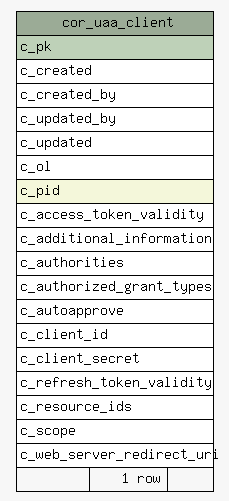
Above: 2.0.0-SNAPSHOT/schemaspy/diagrams/summary/cor_uaa_client.1degree.png in openwms/org.openwms.core.uaa (Graphviz), before the change. Its source is kept beside it as 2.0.0-SNAPSHOT/schemaspy/diagrams/summary/cor_uaa_client.1degree.dot.
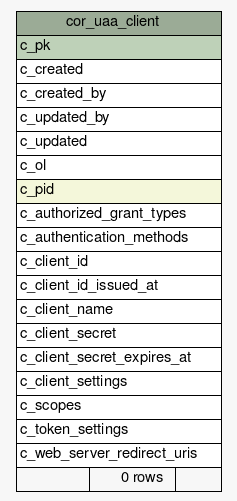
Later version of the same file.

Change to the diagram source:
```diff
@@ -26,18 +26,18 @@
       <TR><TD PORT="c_updated" COLSPAN="3" ALIGN="LEFT">c_updated</TD></TR>
       <TR><TD PORT="c_ol" COLSPAN="3" ALIGN="LEFT">c_ol</TD></TR>
       <TR><TD PORT="c_pid" COLSPAN="3" BGCOLOR="#f4f7da" ALIGN="LEFT">c_pid</TD></TR>
-      <TR><TD PORT="c_access_token_validity" COLSPAN="3" ALIGN="LEFT">c_access_token_validity</TD></TR>
-      <TR><TD PORT="c_additional_information" COLSPAN="3" ALIGN="LEFT">c_additional_information</TD></TR>
-      <TR><TD PORT="c_authorities" COLSPAN="3" ALIGN="LEFT">c_authorities</TD></TR>
       <TR><TD PORT="c_authorized_grant_types" COLSPAN="3" ALIGN="LEFT">c_authorized_grant_types</TD></TR>
-      <TR><TD PORT="c_autoapprove" COLSPAN="3" ALIGN="LEFT">c_autoapprove</TD></TR>
+      <TR><TD PORT="c_authentication_methods" COLSPAN="3" ALIGN="LEFT">c_authentication_methods</TD></TR>
       <TR><TD PORT="c_client_id" COLSPAN="3" ALIGN="LEFT">c_client_id</TD></TR>
+      <TR><TD PORT="c_client_id_issued_at" COLSPAN="3" ALIGN="LEFT">c_client_id_issued_at</TD></TR>
+      <TR><TD PORT="c_client_name" COLSPAN="3" ALIGN="LEFT">c_client_name</TD></TR>
       <TR><TD PORT="c_client_secret" COLSPAN="3" ALIGN="LEFT">c_client_secret</TD></TR>
-      <TR><TD PORT="c_refresh_token_validity" COLSPAN="3" ALIGN="LEFT">c_refresh_token_validity</TD></TR>
-      <TR><TD PORT="c_resource_ids" COLSPAN="3" ALIGN="LEFT">c_resource_ids</TD></TR>
-      <TR><TD PORT="c_scope" COLSPAN="3" ALIGN="LEFT">c_scope</TD></TR>
-      <TR><TD PORT="c_web_server_redirect_uri" COLSPAN="3" ALIGN="LEFT">c_web_server_redirect_uri</TD></TR>
-      <TR><TD ALIGN="LEFT" BGCOLOR="#f7f7f7">  </TD><TD ALIGN="RIGHT" BGCOLOR="#f7f7f7">1 row</TD><TD ALIGN="RIGHT" BGCOLOR="#f7f7f7">  </TD></TR>
+      <TR><TD PORT="c_client_secret_expires_at" COLSPAN="3" ALIGN="LEFT">c_client_secret_expires_at</TD></TR>
+      <TR><TD PORT="c_client_settings" COLSPAN="3" ALIGN="LEFT">c_client_settings</TD></TR>
+      <TR><TD PORT="c_scopes" COLSPAN="3" ALIGN="LEFT">c_scopes</TD></TR>
+      <TR><TD PORT="c_token_settings" COLSPAN="3" ALIGN="LEFT">c_token_settings</TD></TR>
+      <TR><TD PORT="c_web_server_redirect_uris" COLSPAN="3" ALIGN="LEFT">c_web_server_redirect_uris</TD></TR>
+      <TR><TD ALIGN="LEFT" BGCOLOR="#f7f7f7">  </TD><TD ALIGN="RIGHT" BGCOLOR="#f7f7f7">0 rows</TD><TD ALIGN="RIGHT" BGCOLOR="#f7f7f7">  </TD></TR>
     </TABLE>>
     URL="tables/cor_uaa_client.html"
     tooltip="cor_uaa_client"
```
